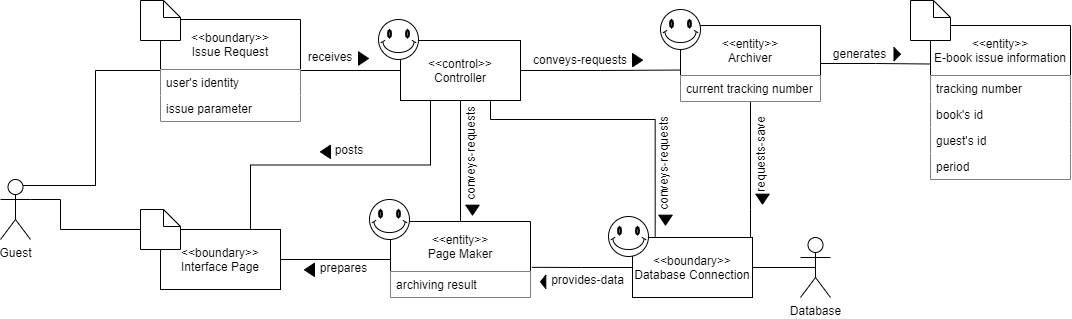
Above: docs/DomainModels/diagram_images/DM-UC-09.png in youngkwon02/Enhanced-library-management (draw.io), before the change. Source tidied: cells renumbered, new cells last; positions are measured from the earlier drawing's top-left corner, leaving out a move shared by most shapes. The source it was exported from:
```xml
<mxGraphModel>
  <root>
    <mxCell id="0" />
    <mxCell id="1" parent="0" />
    <mxCell id="2" style="edgeStyle=orthogonalEdgeStyle;rounded=0;jettySize=auto;html=1;entryX=0.5;entryY=0;entryDx=0;entryDy=0;endArrow=none;endFill=0;" parent="1" edge="1" source="5" target="20">
      <mxGeometry relative="1" as="geometry" />
    </mxCell>
    <mxCell id="3" style="edgeStyle=orthogonalEdgeStyle;rounded=0;jettySize=auto;html=1;entryX=0.75;entryY=0;entryDx=0;entryDy=0;startArrow=none;startFill=0;endArrow=none;endFill=0;exitX=0.25;exitY=1;exitDx=0;exitDy=0;" parent="1" edge="1" source="5" target="7">
      <mxGeometry relative="1" as="geometry" />
    </mxCell>
    <mxCell id="4" style="edgeStyle=orthogonalEdgeStyle;rounded=0;jettySize=auto;html=1;endArrow=none;endFill=0;entryX=0.004;entryY=0.586;entryDx=0;entryDy=0;entryPerimeter=0;" parent="1" edge="1" source="5" target="56">
      <mxGeometry relative="1" as="geometry" />
    </mxCell>
    <mxCell id="5" value="&amp;lt;&amp;lt;control&amp;gt;&amp;gt;&lt;br&gt;Controller" style="rounded=0;whiteSpace=wrap;html=1;" parent="1" vertex="1">
      <mxGeometry x="400" y="40" width="120" height="60" as="geometry" />
    </mxCell>
    <mxCell id="6" style="edgeStyle=orthogonalEdgeStyle;rounded=0;jettySize=auto;html=1;exitX=1;exitY=0.5;exitDx=0;exitDy=0;entryX=0;entryY=0.5;entryDx=0;entryDy=0;endArrow=none;endFill=0;startArrow=none;startFill=0;" parent="1" edge="1" source="7" target="20">
      <mxGeometry relative="1" as="geometry" />
    </mxCell>
    <mxCell id="7" value="&amp;lt;&amp;lt;boundary&amp;gt;&amp;gt;&lt;br&gt;Interface Page" style="rounded=0;whiteSpace=wrap;html=1;" parent="1" vertex="1">
      <mxGeometry x="160" y="229" width="120" height="60" as="geometry" />
    </mxCell>
    <mxCell id="8" style="edgeStyle=orthogonalEdgeStyle;rounded=0;jettySize=auto;html=1;endArrow=none;endFill=0;entryX=0.75;entryY=1;entryDx=0;entryDy=0;exitX=0.189;exitY=-0.017;exitDx=0;exitDy=0;exitPerimeter=0;" parent="1" edge="1" source="10" target="5">
      <mxGeometry relative="1" as="geometry">
        <Array as="points">
          <mxPoint x="655" y="119" />
          <mxPoint x="490" y="119" />
        </Array>
      </mxGeometry>
    </mxCell>
    <mxCell id="9" style="edgeStyle=orthogonalEdgeStyle;rounded=0;jettySize=auto;html=1;entryX=1.01;entryY=0.603;entryDx=0;entryDy=0;entryPerimeter=0;endArrow=none;endFill=0;" parent="1" edge="1" source="10" target="20">
      <mxGeometry relative="1" as="geometry" />
    </mxCell>
    <mxCell id="10" value="&amp;lt;&amp;lt;boundary&amp;gt;&amp;gt;&lt;br&gt;Database Connection" style="rounded=0;whiteSpace=wrap;html=1;" parent="1" vertex="1">
      <mxGeometry x="632" y="237" width="120" height="60" as="geometry" />
    </mxCell>
    <mxCell id="11" style="edgeStyle=orthogonalEdgeStyle;rounded=0;jettySize=auto;html=1;exitX=0.5;exitY=0.5;exitDx=0;exitDy=0;exitPerimeter=0;endArrow=none;endFill=0;" parent="1" edge="1" source="12" target="10">
      <mxGeometry relative="1" as="geometry" />
    </mxCell>
    <mxCell id="12" value="Database" style="shape=umlActor;verticalLabelPosition=bottom;verticalAlign=top;html=1;outlineConnect=0;" parent="1" vertex="1">
      <mxGeometry x="800" y="237" width="30" height="60" as="geometry" />
    </mxCell>
    <mxCell id="13" style="edgeStyle=orthogonalEdgeStyle;rounded=0;jettySize=auto;html=1;entryX=0;entryY=0.5;entryDx=0;entryDy=0;endArrow=none;endFill=0;exitX=0.75;exitY=0.1;exitDx=0;exitDy=0;exitPerimeter=0;" parent="1" edge="1" source="15" target="17">
      <mxGeometry relative="1" as="geometry" />
    </mxCell>
    <mxCell id="14" style="edgeStyle=orthogonalEdgeStyle;rounded=0;jettySize=auto;html=1;endArrow=none;endFill=0;exitX=1;exitY=0.3333333333333333;exitDx=0;exitDy=0;exitPerimeter=0;" parent="1" edge="1" source="15" target="7">
      <mxGeometry relative="1" as="geometry">
        <Array as="points">
          <mxPoint x="60" y="199" />
          <mxPoint x="60" y="229" />
          <mxPoint x="260" y="229" />
        </Array>
      </mxGeometry>
    </mxCell>
    <mxCell id="15" value="Guest" style="shape=umlActor;verticalLabelPosition=bottom;verticalAlign=top;html=1;outlineConnect=0;" parent="1" vertex="1">
      <mxGeometry y="179" width="30" height="60" as="geometry" />
    </mxCell>
    <mxCell id="16" style="edgeStyle=orthogonalEdgeStyle;rounded=0;jettySize=auto;html=1;exitX=1;exitY=0.5;exitDx=0;exitDy=0;entryX=0;entryY=0.5;entryDx=0;entryDy=0;endArrow=none;endFill=0;" parent="1" edge="1" source="17" target="5">
      <mxGeometry relative="1" as="geometry" />
    </mxCell>
    <mxCell id="17" value="&lt;&lt;boundary&gt;&gt;&#10;Issue Request" style="swimlane;fontStyle=0;horizontal=1;startSize=50;" parent="1" vertex="1">
      <mxGeometry x="160" y="19" width="140" height="102" as="geometry" />
    </mxCell>
    <mxCell id="18" value="user's identity" style="text;align=left;verticalAlign=top;spacingLeft=4;spacingRight=4;overflow=hidden;fillColor=#ffffff;" parent="17" vertex="1">
      <mxGeometry y="50" width="140" height="26" as="geometry" />
    </mxCell>
    <mxCell id="19" value="issue parameter" style="text;align=left;verticalAlign=top;spacingLeft=4;spacingRight=4;overflow=hidden;fillColor=#ffffff;" parent="17" vertex="1">
      <mxGeometry y="76" width="140" height="26" as="geometry" />
    </mxCell>
    <mxCell id="20" value="&lt;&lt;entity&gt;&gt;&#10;Page Maker" style="swimlane;fontStyle=0;horizontal=1;startSize=50;" parent="1" vertex="1">
      <mxGeometry x="390" y="221" width="140" height="76" as="geometry" />
    </mxCell>
    <mxCell id="21" value="archiving result" style="text;align=left;verticalAlign=top;spacingLeft=4;spacingRight=4;overflow=hidden;fillColor=#ffffff;" parent="20" vertex="1">
      <mxGeometry y="50" width="140" height="26" as="geometry" />
    </mxCell>
    <mxCell id="22" style="verticalLabelPosition=bottom;verticalAlign=top;html=1;shape=mxgraph.basic.smiley;" parent="1" vertex="1">
      <mxGeometry x="369" y="199" width="40" height="40" as="geometry" />
    </mxCell>
    <mxCell id="23" style="verticalLabelPosition=bottom;verticalAlign=top;html=1;shape=mxgraph.basic.smiley;" parent="1" vertex="1">
      <mxGeometry x="378" y="19" width="40" height="40" as="geometry" />
    </mxCell>
    <mxCell id="24" style="verticalLabelPosition=bottom;verticalAlign=top;html=1;shape=mxgraph.basic.smiley;" parent="1" vertex="1">
      <mxGeometry x="608" y="216" width="40" height="40" as="geometry" />
    </mxCell>
    <mxCell id="25" style="shape=note2;boundedLbl=1;whiteSpace=wrap;html=1;size=17;verticalAlign=top;align=center;fillColor=#ffffff;" parent="1" vertex="1">
      <mxGeometry x="140" width="40" height="40" as="geometry" />
    </mxCell>
    <mxCell id="26" style="shape=note2;boundedLbl=1;whiteSpace=wrap;html=1;size=17;verticalAlign=top;align=center;fillColor=#ffffff;" parent="1" vertex="1">
      <mxGeometry x="140" y="209" width="40" height="40" as="geometry" />
    </mxCell>
    <mxCell id="27" style="group;rotation=90;" parent="1" vertex="1">
      <mxGeometry x="417" y="149" width="112" height="20" as="geometry" />
    </mxCell>
    <mxCell id="28" value="conveys-requests" style="text;html=1;strokeColor=none;fillColor=none;align=center;verticalAlign=middle;whiteSpace=wrap;rounded=0;rotation=-90;" parent="27" vertex="1">
      <mxGeometry x="3" y="-6" width="100" height="20" as="geometry" />
    </mxCell>
    <mxCell id="29" style="triangle;whiteSpace=wrap;html=1;fillColor=#000000;rotation=90;" parent="27" vertex="1">
      <mxGeometry x="50" y="54" width="10" height="13.3" as="geometry" />
    </mxCell>
    <mxCell id="30" style="group;" parent="1" vertex="1">
      <mxGeometry x="320" y="139" width="49" height="20" as="geometry" />
    </mxCell>
    <mxCell id="31" value="posts" style="text;html=1;strokeColor=none;fillColor=none;align=center;verticalAlign=middle;whiteSpace=wrap;rounded=0;" parent="30" vertex="1">
      <mxGeometry x="9" width="40" height="20" as="geometry" />
    </mxCell>
    <mxCell id="32" style="triangle;whiteSpace=wrap;html=1;fillColor=#000000;rotation=-180;" parent="30" vertex="1">
      <mxGeometry y="5.7" width="10" height="13.3" as="geometry" />
    </mxCell>
    <mxCell id="33" style="group;" parent="1" vertex="1">
      <mxGeometry x="304" y="257" width="70" height="20" as="geometry" />
    </mxCell>
    <mxCell id="34" value="prepares" style="text;html=1;strokeColor=none;fillColor=none;align=center;verticalAlign=middle;whiteSpace=wrap;rounded=0;" parent="33" vertex="1">
      <mxGeometry x="9" width="61" height="20" as="geometry" />
    </mxCell>
    <mxCell id="35" style="triangle;whiteSpace=wrap;html=1;fillColor=#000000;rotation=-180;" parent="33" vertex="1">
      <mxGeometry y="5.7" width="10" height="13.3" as="geometry" />
    </mxCell>
    <mxCell id="36" style="group;rotation=90;" parent="1" vertex="1">
      <mxGeometry x="610" y="159" width="112" height="20" as="geometry" />
    </mxCell>
    <mxCell id="37" value="conveys-requests" style="text;html=1;strokeColor=none;fillColor=none;align=center;verticalAlign=middle;whiteSpace=wrap;rounded=0;rotation=-90;" parent="36" vertex="1">
      <mxGeometry x="3" y="-6" width="100" height="20" as="geometry" />
    </mxCell>
    <mxCell id="38" style="triangle;whiteSpace=wrap;html=1;fillColor=#000000;rotation=90;" parent="36" vertex="1">
      <mxGeometry x="50" y="54" width="10" height="13.3" as="geometry" />
    </mxCell>
    <mxCell id="39" style="edgeStyle=orthogonalEdgeStyle;rounded=0;jettySize=auto;html=1;endArrow=none;endFill=0;" parent="1" edge="1" source="56" target="10">
      <mxGeometry relative="1" as="geometry">
        <Array as="points">
          <mxPoint x="750" y="209" />
          <mxPoint x="750" y="209" />
        </Array>
      </mxGeometry>
    </mxCell>
    <mxCell id="40" style="group;rotation=90;" parent="1" vertex="1">
      <mxGeometry x="706" y="159" width="112" height="20" as="geometry" />
    </mxCell>
    <mxCell id="41" value="requests-save" style="text;html=1;strokeColor=none;fillColor=none;align=center;verticalAlign=middle;whiteSpace=wrap;rounded=0;rotation=-90;" parent="40" vertex="1">
      <mxGeometry x="11.5" y="-14.5" width="83" height="20" as="geometry" />
    </mxCell>
    <mxCell id="42" style="triangle;whiteSpace=wrap;html=1;fillColor=#000000;rotation=90;" parent="40" vertex="1">
      <mxGeometry x="51" y="33" width="10" height="13.3" as="geometry" />
    </mxCell>
    <mxCell id="43" value="&lt;&lt;entity&gt;&gt;&#10;E-book issue information" style="swimlane;fontStyle=0;horizontal=1;startSize=50;" parent="1" vertex="1">
      <mxGeometry x="930" y="25" width="140" height="154" as="geometry" />
    </mxCell>
    <mxCell id="44" value="tracking number" style="text;align=left;verticalAlign=top;spacingLeft=4;spacingRight=4;overflow=hidden;fillColor=#ffffff;" parent="43" vertex="1">
      <mxGeometry y="50" width="140" height="26" as="geometry" />
    </mxCell>
    <mxCell id="45" value="book's id" style="text;align=left;verticalAlign=top;spacingLeft=4;spacingRight=4;overflow=hidden;fillColor=#ffffff;" parent="43" vertex="1">
      <mxGeometry y="76" width="140" height="26" as="geometry" />
    </mxCell>
    <mxCell id="46" value="guest's id" style="text;align=left;verticalAlign=top;spacingLeft=4;spacingRight=4;overflow=hidden;fillColor=#ffffff;" parent="43" vertex="1">
      <mxGeometry y="102" width="140" height="26" as="geometry" />
    </mxCell>
    <mxCell id="47" value="period" style="text;align=left;verticalAlign=top;spacingLeft=4;spacingRight=4;overflow=hidden;fillColor=#ffffff;" parent="43" vertex="1">
      <mxGeometry y="128" width="140" height="26" as="geometry" />
    </mxCell>
    <mxCell id="48" style="shape=note2;boundedLbl=1;whiteSpace=wrap;html=1;size=17;verticalAlign=top;align=center;fillColor=#ffffff;" parent="1" vertex="1">
      <mxGeometry x="910" width="40" height="40" as="geometry" />
    </mxCell>
    <mxCell id="49" style="group;rotation=0;" parent="1" vertex="1">
      <mxGeometry x="530" y="49" width="112" height="20" as="geometry" />
    </mxCell>
    <mxCell id="50" value="conveys-requests" style="text;html=1;strokeColor=none;fillColor=none;align=center;verticalAlign=middle;whiteSpace=wrap;rounded=0;rotation=0;" parent="49" vertex="1">
      <mxGeometry width="100" height="20" as="geometry" />
    </mxCell>
    <mxCell id="51" style="triangle;whiteSpace=wrap;html=1;fillColor=#000000;rotation=0;" parent="49" vertex="1">
      <mxGeometry x="102" y="4" width="10" height="13.3" as="geometry" />
    </mxCell>
    <mxCell id="52" style="group;" parent="1" vertex="1">
      <mxGeometry x="310" y="45.7" width="58" height="20" as="geometry" />
    </mxCell>
    <mxCell id="53" value="receives" style="text;html=1;strokeColor=none;fillColor=none;align=center;verticalAlign=middle;whiteSpace=wrap;rounded=0;" parent="52" vertex="1">
      <mxGeometry width="40" height="20" as="geometry" />
    </mxCell>
    <mxCell id="54" style="triangle;whiteSpace=wrap;html=1;fillColor=#000000;" parent="52" vertex="1">
      <mxGeometry x="48" y="5.7" width="10" height="13.3" as="geometry" />
    </mxCell>
    <mxCell id="55" style="edgeStyle=orthogonalEdgeStyle;rounded=0;jettySize=auto;html=1;entryX=0;entryY=0.25;entryDx=0;entryDy=0;endArrow=none;endFill=0;" parent="1" edge="1" source="56" target="43">
      <mxGeometry relative="1" as="geometry" />
    </mxCell>
    <mxCell id="56" value="&lt;&lt;entity&gt;&gt;&#10;Archiver" style="swimlane;fontStyle=0;horizontal=1;startSize=50;" parent="1" vertex="1">
      <mxGeometry x="680" y="25" width="140" height="76" as="geometry" />
    </mxCell>
    <mxCell id="57" value="current tracking number" style="text;align=left;verticalAlign=top;spacingLeft=4;spacingRight=4;overflow=hidden;fillColor=#ffffff;" parent="56" vertex="1">
      <mxGeometry y="50" width="140" height="26" as="geometry" />
    </mxCell>
    <mxCell id="58" style="verticalLabelPosition=bottom;verticalAlign=top;html=1;shape=mxgraph.basic.smiley;" parent="1" vertex="1">
      <mxGeometry x="660" y="9" width="40" height="40" as="geometry" />
    </mxCell>
    <mxCell id="59" style="group;rotation=0;" parent="1" vertex="1">
      <mxGeometry x="827" y="43" width="73" height="20" as="geometry" />
    </mxCell>
    <mxCell id="60" value="generates" style="text;html=1;strokeColor=none;fillColor=none;align=center;verticalAlign=middle;whiteSpace=wrap;rounded=0;rotation=0;" parent="59" vertex="1">
      <mxGeometry width="65.2" height="20" as="geometry" />
    </mxCell>
    <mxCell id="61" style="triangle;whiteSpace=wrap;html=1;fillColor=#000000;rotation=0;" parent="59" vertex="1">
      <mxGeometry x="66.5" y="4" width="6.5" height="13.3" as="geometry" />
    </mxCell>
    <mxCell id="62" style="group;" parent="1" vertex="1">
      <mxGeometry x="540" y="269" width="90" height="20" as="geometry" />
    </mxCell>
    <mxCell id="63" value="provides-data" style="text;html=1;strokeColor=none;fillColor=none;align=center;verticalAlign=middle;whiteSpace=wrap;rounded=0;" parent="62" vertex="1">
      <mxGeometry x="4.8" width="85.2" height="20" as="geometry" />
    </mxCell>
    <mxCell id="64" style="triangle;whiteSpace=wrap;html=1;fillColor=#000000;rotation=-180;" parent="62" vertex="1">
      <mxGeometry y="5.7" width="5.3" height="13.3" as="geometry" />
    </mxCell>
  </root>
</mxGraphModel>
```
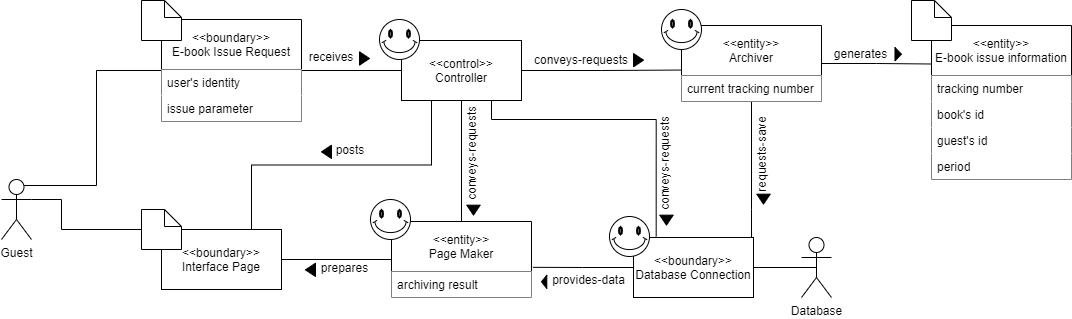
Above is the later version.

Diff of the diagram source:
```diff
@@ -58,7 +58,7 @@
     <mxCell id="16" style="edgeStyle=orthogonalEdgeStyle;rounded=0;jettySize=auto;html=1;exitX=1;exitY=0.5;exitDx=0;exitDy=0;entryX=0;entryY=0.5;entryDx=0;entryDy=0;endArrow=none;endFill=0;" parent="1" edge="1" source="17" target="5">
       <mxGeometry relative="1" as="geometry" />
     </mxCell>
-    <mxCell id="17" value="&lt;&lt;boundary&gt;&gt;&#10;Issue Request" style="swimlane;fontStyle=0;horizontal=1;startSize=50;" parent="1" vertex="1">
+    <mxCell id="17" value="&lt;&lt;boundary&gt;&gt;&#10;E-book Issue Request" style="swimlane;fontStyle=0;horizontal=1;startSize=50;" parent="1" vertex="1">
       <mxGeometry x="160" y="19" width="140" height="102" as="geometry" />
     </mxCell>
     <mxCell id="18" value="user's identity" style="text;align=left;verticalAlign=top;spacingLeft=4;spacingRight=4;overflow=hidden;fillColor=#ffffff;" parent="17" vertex="1">
```
